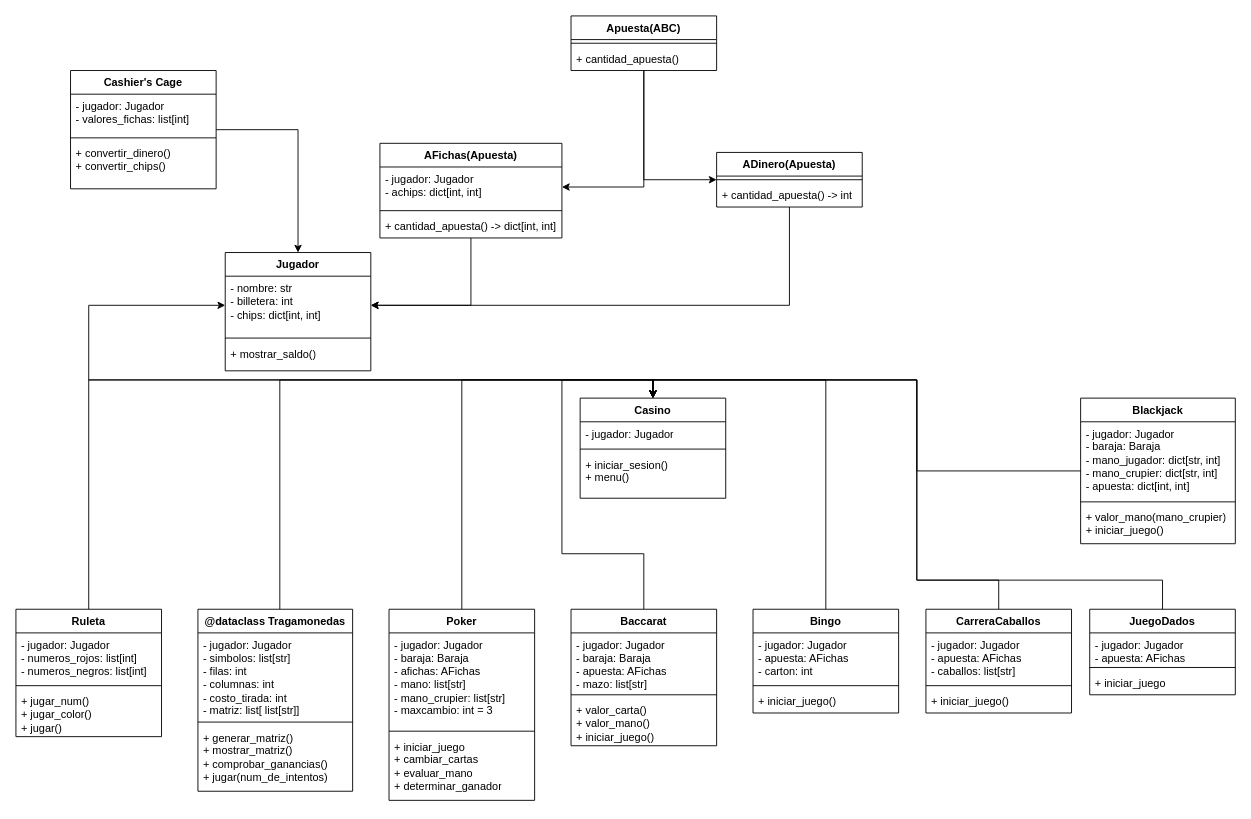
teio-hub/La-Maldad-Casino-Virtual keeps this draw.io diagram as poo.drawio. Above is the earlier version. Source tidied: cells renumbered, new cells numbered last; positions are measured from the earlier drawing's top-left corner, leaving out a move shared by most shapes. Both pictures are drawn from the tidied source at 91%, with x=0, y=0 at pixel (15, 15).
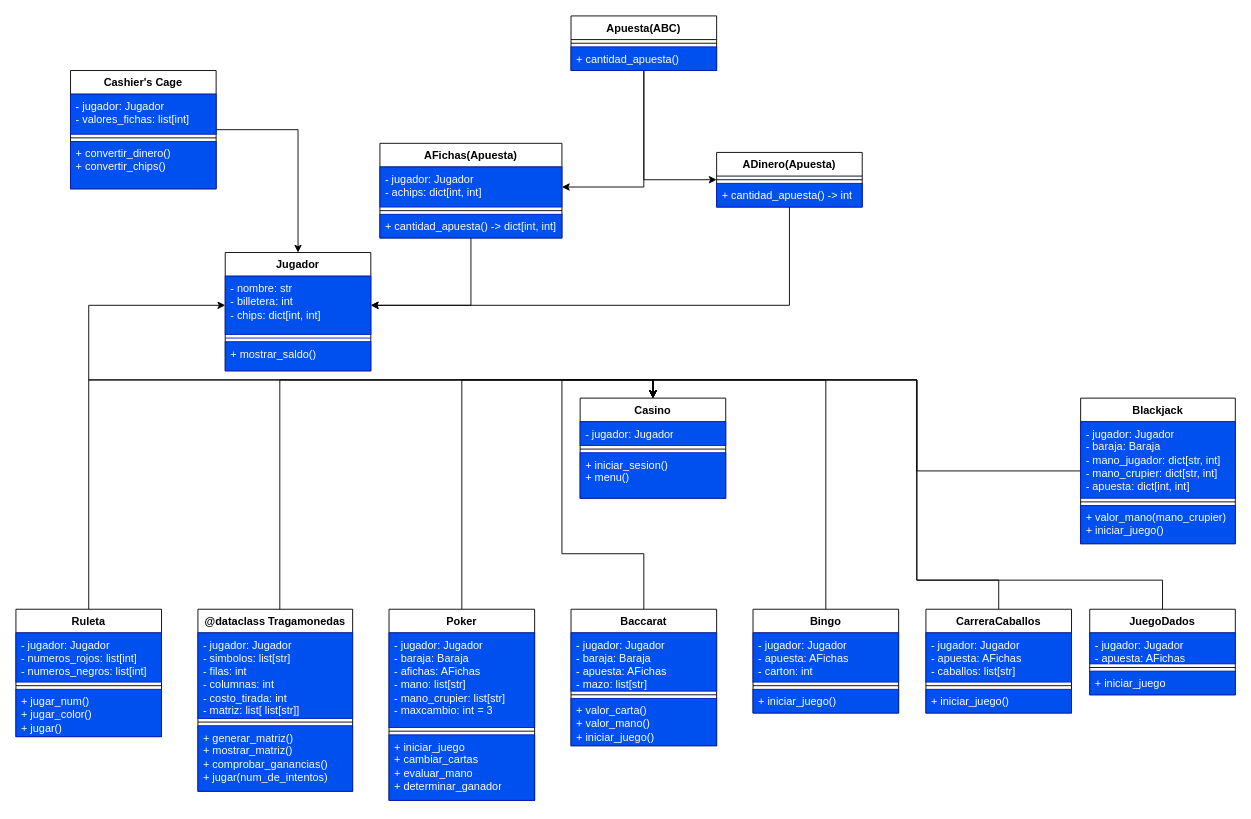
The same diagram, later.

Unchanged cells that the change refers to:
```xml
<mxCell id="3" value="Casino" style="swimlane;fontStyle=1;align=center;verticalAlign=top;horizontal=1;startSize=26;whiteSpace=wrap;html=1;" parent="1" vertex="1">
  <mxGeometry x="620" y="420" width="160" height="110" as="geometry" />
</mxCell>
<mxCell id="7" value="Jugador" style="swimlane;fontStyle=1;align=center;verticalAlign=top;horizontal=1;startSize=26;whiteSpace=wrap;html=1;" parent="1" vertex="1">
  <mxGeometry x="230" y="260" width="160" height="130" as="geometry" />
</mxCell>
<mxCell id="12" value="Cashier's Cage" style="swimlane;fontStyle=1;align=center;verticalAlign=top;horizontal=1;startSize=26;whiteSpace=wrap;html=1;" parent="1" vertex="1">
  <mxGeometry x="60" y="60" width="160" height="130" as="geometry" />
</mxCell>
<mxCell id="18" value="Apuesta(ABC)" style="swimlane;fontStyle=1;align=center;verticalAlign=top;horizontal=1;startSize=26;whiteSpace=wrap;html=1;" parent="1" vertex="1">
  <mxGeometry x="610" width="160" height="60" as="geometry" />
</mxCell>
<mxCell id="22" value="AFichas(Apuesta)" style="swimlane;fontStyle=1;align=center;verticalAlign=top;horizontal=1;startSize=26;whiteSpace=wrap;html=1;" parent="1" vertex="1">
  <mxGeometry x="400" y="140" width="200" height="104" as="geometry" />
</mxCell>
<mxCell id="27" value="ADinero(Apuesta)" style="swimlane;fontStyle=1;align=center;verticalAlign=top;horizontal=1;startSize=26;whiteSpace=wrap;html=1;" parent="1" vertex="1">
  <mxGeometry x="770" y="150" width="160" height="60" as="geometry" />
</mxCell>
<mxCell id="31" value="Baccarat" style="swimlane;fontStyle=1;align=center;verticalAlign=top;horizontal=1;startSize=26;whiteSpace=wrap;html=1;" parent="1" vertex="1">
  <mxGeometry x="610" y="652" width="160" height="150" as="geometry" />
</mxCell>
<mxCell id="36" value="Bingo" style="swimlane;fontStyle=1;align=center;verticalAlign=top;horizontal=1;startSize=26;whiteSpace=wrap;html=1;" parent="1" vertex="1">
  <mxGeometry x="810" y="652" width="160" height="114" as="geometry" />
</mxCell>
<mxCell id="41" value="CarreraCaballos" style="swimlane;fontStyle=1;align=center;verticalAlign=top;horizontal=1;startSize=26;whiteSpace=wrap;html=1;" parent="1" vertex="1">
  <mxGeometry x="1000" y="652" width="160" height="114" as="geometry" />
</mxCell>
<mxCell id="46" value="JuegoDados" style="swimlane;fontStyle=1;align=center;verticalAlign=top;horizontal=1;startSize=26;whiteSpace=wrap;html=1;" parent="1" vertex="1">
  <mxGeometry x="1180" y="652" width="160" height="94" as="geometry" />
</mxCell>
<mxCell id="51" value="Blackjack" style="swimlane;fontStyle=1;align=center;verticalAlign=top;horizontal=1;startSize=26;whiteSpace=wrap;html=1;" parent="1" vertex="1">
  <mxGeometry x="1170" y="420" width="170" height="160" as="geometry" />
</mxCell>
<mxCell id="56" value="Ruleta" style="swimlane;fontStyle=1;align=center;verticalAlign=top;horizontal=1;startSize=26;whiteSpace=wrap;html=1;" parent="1" vertex="1">
  <mxGeometry y="652" width="160" height="140" as="geometry" />
</mxCell>
<mxCell id="61" value="&lt;div&gt;@dataclass&amp;nbsp;&lt;span style=&quot;background-color: transparent; color: light-dark(rgb(0, 0, 0), rgb(255, 255, 255));&quot;&gt;Tragamonedas&lt;/span&gt;&lt;/div&gt;" style="swimlane;fontStyle=1;align=center;verticalAlign=top;horizontal=1;startSize=26;whiteSpace=wrap;html=1;" parent="1" vertex="1">
  <mxGeometry x="200" y="652" width="170" height="200" as="geometry" />
</mxCell>
<mxCell id="66" value="Poker" style="swimlane;fontStyle=1;align=center;verticalAlign=top;horizontal=1;startSize=26;whiteSpace=wrap;html=1;" parent="1" vertex="1">
  <mxGeometry x="410" y="652" width="160" height="210" as="geometry" />
</mxCell>
```

Change to the diagram source:
```diff
@@
-<mxGraphModel>
+<mxGraphModel background="light-dark(#ffffff, #292929)">
@@
-    <mxCell id="4" value="- jugador: Jugador" style="text;strokeColor=none;fillColor=none;align=left;verticalAlign=top;spacingLeft=4;spacingRight=4;overflow=hidden;whiteSpace=wrap;html=1;" parent="3" vertex="1">
+    <mxCell id="4" value="- jugador: Jugador" style="text;strokeColor=#001DBC;fillColor=#0050ef;align=left;verticalAlign=top;spacingLeft=4;spacingRight=4;overflow=hidden;whiteSpace=wrap;html=1;fontColor=#ffffff;" parent="3" vertex="1">
       <mxGeometry y="26" width="160" height="26" as="geometry" />
     </mxCell>
@@
-    <mxCell id="6" value="+ iniciar_sesion()&lt;div&gt;+ menu()&lt;/div&gt;" style="text;strokeColor=none;fillColor=none;align=left;verticalAlign=top;spacingLeft=4;spacingRight=4;overflow=hidden;whiteSpace=wrap;html=1;" parent="3" vertex="1">
+    <mxCell id="6" value="+ iniciar_sesion()&lt;div&gt;+ menu()&lt;/div&gt;" style="text;strokeColor=#001DBC;fillColor=#0050ef;align=left;verticalAlign=top;spacingLeft=4;spacingRight=4;overflow=hidden;whiteSpace=wrap;html=1;fontColor=#ffffff;" parent="3" vertex="1">
       <mxGeometry y="60" width="160" height="50" as="geometry" />
     </mxCell>
@@
-    <mxCell id="8" value="- nombre: str&lt;div&gt;- billetera: int&lt;/div&gt;&lt;div&gt;- chips: dict[int, int]&lt;/div&gt;" style="text;strokeColor=none;fillColor=none;align=left;verticalAlign=top;spacingLeft=4;spacingRight=4;overflow=hidden;points=[[0,0.5],[1,0.5]];portConstraint=eastwest;whiteSpace=wrap;html=1;" parent="7" vertex="1">
+    <mxCell id="8" value="- nombre: str&lt;div&gt;- billetera: int&lt;/div&gt;&lt;div&gt;- chips: dict[int, int]&lt;/div&gt;" style="text;strokeColor=#001DBC;fillColor=#0050ef;align=left;verticalAlign=top;spacingLeft=4;spacingRight=4;overflow=hidden;points=[[0,0.5],[1,0.5]];portConstraint=eastwest;whiteSpace=wrap;html=1;fontColor=#ffffff;" parent="7" vertex="1">
       <mxGeometry y="26" width="160" height="64" as="geometry" />
     </mxCell>
-    <mxCell id="9" style="line;strokeWidth=1;fillColor=none;align=left;verticalAlign=middle;spacingTop=-1;spacingLeft=3;spacingRight=3;labelPosition=right;strokeColor=inherit;" parent="7" vertex="1">
+    <mxCell id="9" style="line;strokeWidth=1;fillColor=#0050ef;align=left;verticalAlign=middle;spacingTop=-1;spacingLeft=3;spacingRight=3;labelPosition=right;strokeColor=#001DBC;fontColor=#ffffff;" parent="7" vertex="1">
       <mxGeometry y="90" width="160" height="8" as="geometry" />
     </mxCell>
-    <mxCell id="10" value="+ mostrar_saldo()" style="text;strokeColor=none;fillColor=none;align=left;verticalAlign=top;spacingLeft=4;spacingRight=4;overflow=hidden;whiteSpace=wrap;html=1;" parent="7" vertex="1">
+    <mxCell id="10" value="+ mostrar_saldo()" style="text;strokeColor=#001DBC;fillColor=#0050ef;align=left;verticalAlign=top;spacingLeft=4;spacingRight=4;overflow=hidden;whiteSpace=wrap;html=1;fontColor=#ffffff;" parent="7" vertex="1">
       <mxGeometry y="98" width="160" height="32" as="geometry" />
     </mxCell>
@@
-    <mxCell id="13" value="- jugador: Jugador&lt;div&gt;- valores_fichas: list[int]&lt;/div&gt;" style="text;strokeColor=none;fillColor=none;align=left;verticalAlign=top;spacingLeft=4;spacingRight=4;overflow=hidden;whiteSpace=wrap;html=1;" parent="12" vertex="1">
+    <mxCell id="13" value="- jugador: Jugador&lt;div&gt;- valores_fichas: list[int]&lt;/div&gt;" style="text;strokeColor=#001DBC;fillColor=#0050ef;align=left;verticalAlign=top;spacingLeft=4;spacingRight=4;overflow=hidden;whiteSpace=wrap;html=1;fontColor=#ffffff;" parent="12" vertex="1">
       <mxGeometry y="26" width="160" height="44" as="geometry" />
     </mxCell>
@@
-    <mxCell id="15" value="+ convertir_dinero()&lt;div&gt;+ convertir_chips()&lt;/div&gt;" style="text;strokeColor=none;fillColor=none;align=left;verticalAlign=top;spacingLeft=4;spacingRight=4;overflow=hidden;whiteSpace=wrap;html=1;" parent="12" vertex="1">
+    <mxCell id="15" value="+ convertir_dinero()&lt;div&gt;+ convertir_chips()&lt;/div&gt;" style="text;strokeColor=#001DBC;fillColor=#0050ef;align=left;verticalAlign=top;spacingLeft=4;spacingRight=4;overflow=hidden;whiteSpace=wrap;html=1;fontColor=#ffffff;" parent="12" vertex="1">
       <mxGeometry y="78" width="160" height="52" as="geometry" />
     </mxCell>
@@
-    <mxCell id="20" value="+ cantidad_apuesta()&amp;nbsp;" style="text;strokeColor=none;fillColor=none;align=left;verticalAlign=top;spacingLeft=4;spacingRight=4;overflow=hidden;whiteSpace=wrap;html=1;" parent="18" vertex="1">
+    <mxCell id="20" value="+ cantidad_apuesta()&amp;nbsp;" style="text;strokeColor=#001DBC;fillColor=#0050ef;align=left;verticalAlign=top;spacingLeft=4;spacingRight=4;overflow=hidden;whiteSpace=wrap;html=1;fontColor=#ffffff;" parent="18" vertex="1">
       <mxGeometry y="34" width="160" height="26" as="geometry" />
     </mxCell>
@@
-    <mxCell id="23" value="- jugador: Jugador&lt;div&gt;- achips: dict[int, int]&lt;/div&gt;" style="text;strokeColor=none;fillColor=none;align=left;verticalAlign=top;spacingLeft=4;spacingRight=4;overflow=hidden;points=[[0,0.5],[1,0.5]];portConstraint=eastwest;whiteSpace=wrap;html=1;" parent="22" vertex="1">
+    <mxCell id="23" value="- jugador: Jugador&lt;div&gt;- achips: dict[int, int]&lt;/div&gt;" style="text;strokeColor=#001DBC;fillColor=#0050ef;align=left;verticalAlign=top;spacingLeft=4;spacingRight=4;overflow=hidden;points=[[0,0.5],[1,0.5]];portConstraint=eastwest;whiteSpace=wrap;html=1;fontColor=#ffffff;" parent="22" vertex="1">
       <mxGeometry y="26" width="200" height="44" as="geometry" />
     </mxCell>
@@
-    <mxCell id="25" value="+ cantidad_apuesta() -&amp;gt; dict[int, int]" style="text;strokeColor=none;fillColor=none;align=left;verticalAlign=top;spacingLeft=4;spacingRight=4;overflow=hidden;whiteSpace=wrap;html=1;" parent="22" vertex="1">
+    <mxCell id="25" value="+ cantidad_apuesta() -&amp;gt; dict[int, int]" style="text;strokeColor=#001DBC;fillColor=#0050ef;align=left;verticalAlign=top;spacingLeft=4;spacingRight=4;overflow=hidden;whiteSpace=wrap;html=1;fontColor=#ffffff;" parent="22" vertex="1">
       <mxGeometry y="78" width="200" height="26" as="geometry" />
     </mxCell>
@@
-    <mxCell id="29" value="+ cantidad_apuesta() -&amp;gt; int" style="text;strokeColor=none;fillColor=none;align=left;verticalAlign=top;spacingLeft=4;spacingRight=4;overflow=hidden;whiteSpace=wrap;html=1;" parent="27" vertex="1">
+    <mxCell id="29" value="+ cantidad_apuesta() -&amp;gt; int" style="text;strokeColor=#001DBC;fillColor=#0050ef;align=left;verticalAlign=top;spacingLeft=4;spacingRight=4;overflow=hidden;whiteSpace=wrap;html=1;fontColor=#ffffff;" parent="27" vertex="1">
       <mxGeometry y="34" width="160" height="26" as="geometry" />
     </mxCell>
@@
-    <mxCell id="32" value="- jugador: Jugador&lt;div&gt;- baraja: Baraja&lt;/div&gt;&lt;div&gt;- apuesta: AFichas&lt;/div&gt;&lt;div&gt;- mazo: list[str]&lt;/div&gt;&lt;div&gt;&lt;br&gt;&lt;/div&gt;" style="text;strokeColor=none;fillColor=none;align=left;verticalAlign=top;spacingLeft=4;spacingRight=4;overflow=hidden;whiteSpace=wrap;html=1;" parent="31" vertex="1">
+    <mxCell id="32" value="- jugador: Jugador&lt;div&gt;- baraja: Baraja&lt;/div&gt;&lt;div&gt;- apuesta: AFichas&lt;/div&gt;&lt;div&gt;- mazo: list[str]&lt;/div&gt;&lt;div&gt;&lt;br&gt;&lt;/div&gt;" style="text;strokeColor=#001DBC;fillColor=#0050ef;align=left;verticalAlign=top;spacingLeft=4;spacingRight=4;overflow=hidden;whiteSpace=wrap;html=1;fontColor=#ffffff;" parent="31" vertex="1">
       <mxGeometry y="26" width="160" height="64" as="geometry" />
     </mxCell>
@@
-    <mxCell id="34" value="+ valor_carta()&lt;div&gt;+ valor_mano()&lt;/div&gt;&lt;div&gt;+ iniciar_juego()&lt;/div&gt;" style="text;strokeColor=none;fillColor=none;align=left;verticalAlign=top;spacingLeft=4;spacingRight=4;overflow=hidden;whiteSpace=wrap;html=1;" parent="31" vertex="1">
+    <mxCell id="34" value="+ valor_carta()&lt;div&gt;+ valor_mano()&lt;/div&gt;&lt;div&gt;+ iniciar_juego()&lt;/div&gt;" style="text;strokeColor=#001DBC;fillColor=#0050ef;align=left;verticalAlign=top;spacingLeft=4;spacingRight=4;overflow=hidden;whiteSpace=wrap;html=1;fontColor=#ffffff;" parent="31" vertex="1">
       <mxGeometry y="98" width="160" height="52" as="geometry" />
     </mxCell>
@@
-    <mxCell id="37" value="- jugador: Jugador&lt;div&gt;- apuesta: AFichas&lt;/div&gt;&lt;div&gt;- carton: int&lt;/div&gt;" style="text;strokeColor=none;fillColor=none;align=left;verticalAlign=top;spacingLeft=4;spacingRight=4;overflow=hidden;whiteSpace=wrap;html=1;" parent="36" vertex="1">
+    <mxCell id="37" value="- jugador: Jugador&lt;div&gt;- apuesta: AFichas&lt;/div&gt;&lt;div&gt;- carton: int&lt;/div&gt;" style="text;strokeColor=#001DBC;fillColor=#0050ef;align=left;verticalAlign=top;spacingLeft=4;spacingRight=4;overflow=hidden;whiteSpace=wrap;html=1;fontColor=#ffffff;" parent="36" vertex="1">
       <mxGeometry y="26" width="160" height="54" as="geometry" />
     </mxCell>
@@
-    <mxCell id="39" value="+ iniciar_juego()" style="text;strokeColor=none;fillColor=none;align=left;verticalAlign=top;spacingLeft=4;spacingRight=4;overflow=hidden;whiteSpace=wrap;html=1;" parent="36" vertex="1">
+    <mxCell id="39" value="+ iniciar_juego()" style="text;strokeColor=#001DBC;fillColor=#0050ef;align=left;verticalAlign=top;spacingLeft=4;spacingRight=4;overflow=hidden;whiteSpace=wrap;html=1;fontColor=#ffffff;" parent="36" vertex="1">
       <mxGeometry y="88" width="160" height="26" as="geometry" />
     </mxCell>
@@
-    <mxCell id="42" value="- jugador: Jugador&lt;div&gt;- apuesta: AFichas&lt;/div&gt;&lt;div&gt;- caballos: list[str]&lt;/div&gt;" style="text;strokeColor=none;fillColor=none;align=left;verticalAlign=top;spacingLeft=4;spacingRight=4;overflow=hidden;whiteSpace=wrap;html=1;" parent="41" vertex="1">
+    <mxCell id="42" value="- jugador: Jugador&lt;div&gt;- apuesta: AFichas&lt;/div&gt;&lt;div&gt;- caballos: list[str]&lt;/div&gt;" style="text;strokeColor=#001DBC;fillColor=#0050ef;align=left;verticalAlign=top;spacingLeft=4;spacingRight=4;overflow=hidden;whiteSpace=wrap;html=1;fontColor=#ffffff;" parent="41" vertex="1">
       <mxGeometry y="26" width="160" height="54" as="geometry" />
     </mxCell>
@@
-    <mxCell id="44" value="+ iniciar_juego()" style="text;strokeColor=none;fillColor=none;align=left;verticalAlign=top;spacingLeft=4;spacingRight=4;overflow=hidden;whiteSpace=wrap;html=1;" parent="41" vertex="1">
+    <mxCell id="44" value="+ iniciar_juego()" style="text;strokeColor=#001DBC;fillColor=#0050ef;align=left;verticalAlign=top;spacingLeft=4;spacingRight=4;overflow=hidden;whiteSpace=wrap;html=1;fontColor=#ffffff;" parent="41" vertex="1">
       <mxGeometry y="88" width="160" height="26" as="geometry" />
     </mxCell>
@@
-    <mxCell id="47" value="- jugador: Jugador&lt;div&gt;- apuesta: AFichas&lt;/div&gt;" style="text;strokeColor=none;fillColor=none;align=left;verticalAlign=top;spacingLeft=4;spacingRight=4;overflow=hidden;whiteSpace=wrap;html=1;" parent="46" vertex="1">
+    <mxCell id="47" value="- jugador: Jugador&lt;div&gt;- apuesta: AFichas&lt;/div&gt;" style="text;strokeColor=#001DBC;fillColor=#0050ef;align=left;verticalAlign=top;spacingLeft=4;spacingRight=4;overflow=hidden;whiteSpace=wrap;html=1;fontColor=#ffffff;" parent="46" vertex="1">
       <mxGeometry y="26" width="160" height="34" as="geometry" />
     </mxCell>
@@
-    <mxCell id="49" value="+ iniciar_juego" style="text;strokeColor=none;fillColor=none;align=left;verticalAlign=top;spacingLeft=4;spacingRight=4;overflow=hidden;whiteSpace=wrap;html=1;" parent="46" vertex="1">
+    <mxCell id="49" value="+ iniciar_juego" style="text;strokeColor=#001DBC;fillColor=#0050ef;align=left;verticalAlign=top;spacingLeft=4;spacingRight=4;overflow=hidden;whiteSpace=wrap;html=1;fontColor=#ffffff;" parent="46" vertex="1">
       <mxGeometry y="68" width="160" height="26" as="geometry" />
     </mxCell>
@@
-    <mxCell id="52" value="- jugador: Jugador&lt;div&gt;- baraja: Baraja&lt;/div&gt;&lt;div&gt;- mano_jugador: dict[str, int]&lt;/div&gt;&lt;div&gt;- mano_crupier: dict[str, int]&lt;/div&gt;&lt;div&gt;- apuesta: dict[int, int]&lt;/div&gt;" style="text;strokeColor=none;fillColor=none;align=left;verticalAlign=top;spacingLeft=4;spacingRight=4;overflow=hidden;whiteSpace=wrap;html=1;" parent="51" vertex="1">
+    <mxCell id="52" value="- jugador: Jugador&lt;div&gt;- baraja: Baraja&lt;/div&gt;&lt;div&gt;- mano_jugador: dict[str, int]&lt;/div&gt;&lt;div&gt;- mano_crupier: dict[str, int]&lt;/div&gt;&lt;div&gt;- apuesta: dict[int, int]&lt;/div&gt;" style="text;strokeColor=#001DBC;fillColor=#0050ef;align=left;verticalAlign=top;spacingLeft=4;spacingRight=4;overflow=hidden;whiteSpace=wrap;html=1;fontColor=#ffffff;" parent="51" vertex="1">
       <mxGeometry y="26" width="170" height="84" as="geometry" />
     </mxCell>
@@
-    <mxCell id="54" value="+ valor_mano(mano_crupier)&lt;div&gt;+ iniciar_juego()&lt;/div&gt;&lt;div&gt;&lt;br&gt;&lt;/div&gt;" style="text;strokeColor=none;fillColor=none;align=left;verticalAlign=top;spacingLeft=4;spacingRight=4;overflow=hidden;whiteSpace=wrap;html=1;" parent="51" vertex="1">
+    <mxCell id="54" value="+ valor_mano(mano_crupier)&lt;div&gt;+ iniciar_juego()&lt;/div&gt;&lt;div&gt;&lt;br&gt;&lt;/div&gt;" style="text;strokeColor=#001DBC;fillColor=#0050ef;align=left;verticalAlign=top;spacingLeft=4;spacingRight=4;overflow=hidden;whiteSpace=wrap;html=1;fontColor=#ffffff;" parent="51" vertex="1">
       <mxGeometry y="118" width="170" height="42" as="geometry" />
     </mxCell>
@@
-    <mxCell id="57" value="- jugador: Jugador&lt;div&gt;- numeros_rojos: list[int]&lt;/div&gt;&lt;div&gt;- numeros_negros: list[int]&lt;/div&gt;" style="text;strokeColor=none;fillColor=none;align=left;verticalAlign=top;spacingLeft=4;spacingRight=4;overflow=hidden;whiteSpace=wrap;html=1;" parent="56" vertex="1">
+    <mxCell id="57" value="- jugador: Jugador&lt;div&gt;- numeros_rojos: list[int]&lt;/div&gt;&lt;div&gt;- numeros_negros: list[int]&lt;/div&gt;" style="text;strokeColor=#001DBC;fillColor=#0050ef;align=left;verticalAlign=top;spacingLeft=4;spacingRight=4;overflow=hidden;whiteSpace=wrap;html=1;fontColor=#ffffff;" parent="56" vertex="1">
       <mxGeometry y="26" width="160" height="54" as="geometry" />
     </mxCell>
@@
-    <mxCell id="59" value="+ jugar_num()&lt;div&gt;+ jugar_color()&lt;/div&gt;&lt;div&gt;+ jugar()&lt;/div&gt;" style="text;strokeColor=none;fillColor=none;align=left;verticalAlign=top;spacingLeft=4;spacingRight=4;overflow=hidden;whiteSpace=wrap;html=1;" parent="56" vertex="1">
+    <mxCell id="59" value="+ jugar_num()&lt;div&gt;+ jugar_color()&lt;/div&gt;&lt;div&gt;+ jugar()&lt;/div&gt;" style="text;strokeColor=#001DBC;fillColor=#0050ef;align=left;verticalAlign=top;spacingLeft=4;spacingRight=4;overflow=hidden;whiteSpace=wrap;html=1;fontColor=#ffffff;" parent="56" vertex="1">
       <mxGeometry y="88" width="160" height="52" as="geometry" />
     </mxCell>
@@
-    <mxCell id="62" value="- jugador: Jugador&lt;div&gt;- simbolos: list[str]&lt;/div&gt;&lt;div&gt;- filas: int&lt;/div&gt;&lt;div&gt;- columnas: int&lt;/div&gt;&lt;div&gt;- costo_tirada: int&lt;/div&gt;&lt;div&gt;- matriz: list[ list[str]]&lt;/div&gt;&lt;div&gt;&lt;br&gt;&lt;/div&gt;" style="text;strokeColor=none;fillColor=none;align=left;verticalAlign=top;spacingLeft=4;spacingRight=4;overflow=hidden;whiteSpace=wrap;html=1;" parent="61" vertex="1">
+    <mxCell id="62" value="- jugador: Jugador&lt;div&gt;- simbolos: list[str]&lt;/div&gt;&lt;div&gt;- filas: int&lt;/div&gt;&lt;div&gt;- columnas: int&lt;/div&gt;&lt;div&gt;- costo_tirada: int&lt;/div&gt;&lt;div&gt;- matriz: list[ list[str]]&lt;/div&gt;&lt;div&gt;&lt;br&gt;&lt;/div&gt;" style="text;strokeColor=#001DBC;fillColor=#0050ef;align=left;verticalAlign=top;spacingLeft=4;spacingRight=4;overflow=hidden;whiteSpace=wrap;html=1;fontColor=#ffffff;" parent="61" vertex="1">
       <mxGeometry y="26" width="170" height="94" as="geometry" />
     </mxCell>
@@
-    <mxCell id="64" value="+ generar_matriz()&lt;div&gt;&lt;span style=&quot;background-color: transparent; color: light-dark(rgb(0, 0, 0), rgb(255, 255, 255));&quot;&gt;+ mostrar_matriz()&lt;/span&gt;&lt;div&gt;+ comprobar_ganancias()&lt;/div&gt;&lt;div&gt;+ jugar(num_de_intentos)&lt;/div&gt;&lt;/div&gt;" style="text;strokeColor=none;fillColor=none;align=left;verticalAlign=top;spacingLeft=4;spacingRight=4;overflow=hidden;whiteSpace=wrap;html=1;" parent="61" vertex="1">
+    <mxCell id="64" value="+ generar_matriz()&lt;div&gt;+ mostrar_matriz()&lt;br&gt;&lt;div&gt;&lt;div&gt;+ comprobar_ganancias()&lt;/div&gt;&lt;div&gt;+ jugar(num_de_intentos)&lt;/div&gt;&lt;/div&gt;&lt;/div&gt;" style="text;strokeColor=#001DBC;fillColor=#0050ef;align=left;verticalAlign=top;spacingLeft=4;spacingRight=4;overflow=hidden;whiteSpace=wrap;html=1;fontColor=#ffffff;" parent="61" vertex="1">
       <mxGeometry y="128" width="170" height="72" as="geometry" />
     </mxCell>
@@
-    <mxCell id="67" value="- jugador: Jugador&lt;div&gt;- baraja: Baraja&lt;/div&gt;&lt;div&gt;- afichas: AFichas&lt;/div&gt;&lt;div&gt;- mano: list[str]&lt;/div&gt;&lt;div&gt;- mano_crupier: list[str]&lt;/div&gt;&lt;div&gt;- maxcambio: int = 3&lt;/div&gt;" style="text;strokeColor=none;fillColor=none;align=left;verticalAlign=top;spacingLeft=4;spacingRight=4;overflow=hidden;whiteSpace=wrap;html=1;" parent="66" vertex="1">
+    <mxCell id="67" value="- jugador: Jugador&lt;div&gt;- baraja: Baraja&lt;/div&gt;&lt;div&gt;- afichas: AFichas&lt;/div&gt;&lt;div&gt;- mano: list[str]&lt;/div&gt;&lt;div&gt;- mano_crupier: list[str]&lt;/div&gt;&lt;div&gt;- maxcambio: int = 3&lt;/div&gt;" style="text;strokeColor=#001DBC;fillColor=#0050ef;align=left;verticalAlign=top;spacingLeft=4;spacingRight=4;overflow=hidden;whiteSpace=wrap;html=1;fontColor=#ffffff;" parent="66" vertex="1">
       <mxGeometry y="26" width="160" height="104" as="geometry" />
     </mxCell>
@@
-    <mxCell id="69" value="&lt;div&gt;+ iniciar_juego&lt;/div&gt;+ cambiar_cartas&lt;div&gt;+ evaluar_mano&lt;/div&gt;&lt;div&gt;+ determinar_ganador&lt;/div&gt;" style="text;strokeColor=none;fillColor=none;align=left;verticalAlign=top;spacingLeft=4;spacingRight=4;overflow=hidden;whiteSpace=wrap;html=1;" parent="66" vertex="1">
+    <mxCell id="69" value="&lt;div&gt;+ iniciar_juego&lt;/div&gt;+ cambiar_cartas&lt;div&gt;+ evaluar_mano&lt;/div&gt;&lt;div&gt;+ determinar_ganador&lt;/div&gt;" style="text;strokeColor=#001DBC;fillColor=#0050ef;align=left;verticalAlign=top;spacingLeft=4;spacingRight=4;overflow=hidden;whiteSpace=wrap;html=1;fontColor=#ffffff;" parent="66" vertex="1">
       <mxGeometry y="138" width="160" height="72" as="geometry" />
     </mxCell>
```
